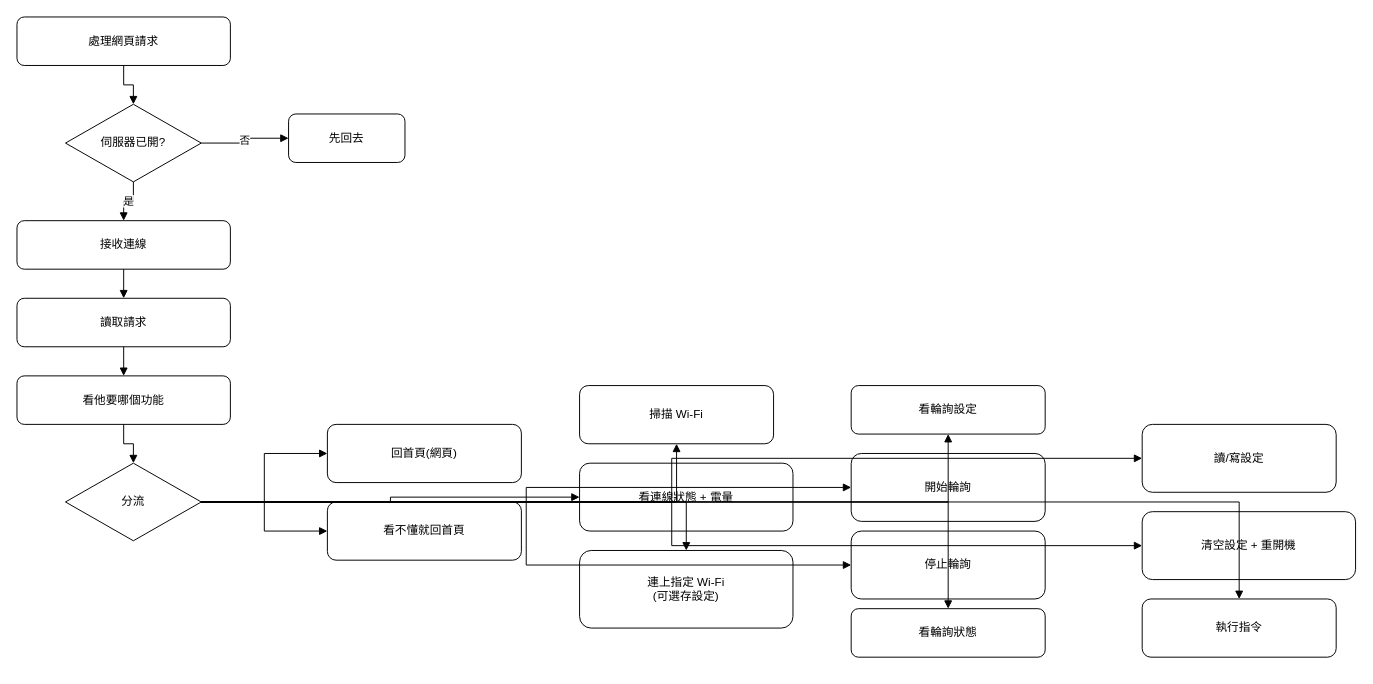
The draw.io diagram http_flow.drawio in Sherman-Chung/Pico_WiFitoRS, before the edit. Source tidied: cells renumbered, new cells numbered last; positions are measured from the earlier drawing's top-left corner, leaving out a move shared by most shapes. Both pictures are drawn from the tidied source at 97%, with x=0, y=0 at pixel (16, 16).
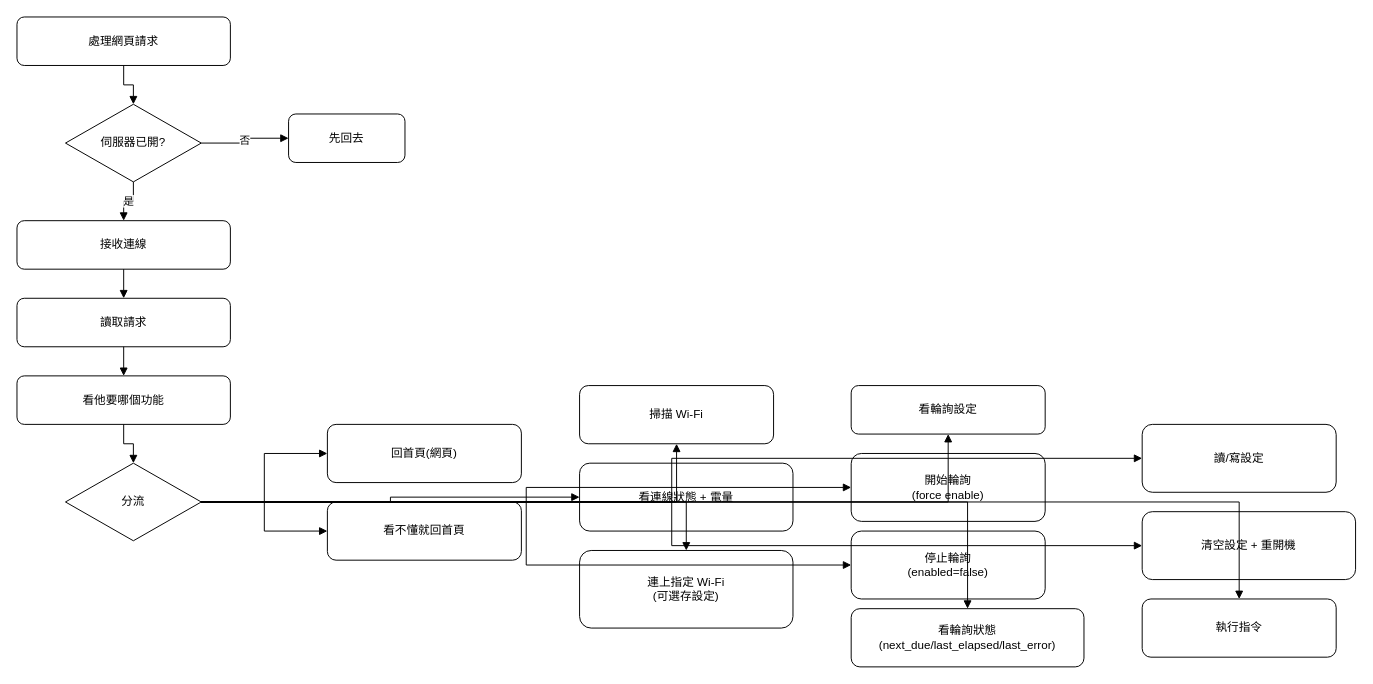
Above is the later version.

The edit, as a diff of the source:
```diff
@@
-    <mxCell id="15" value="開始輪詢" style="rounded=1;whiteSpace=wrap;html=1;" parent="1" vertex="1">
+    <mxCell id="15" value="開始輪詢&#10;(force enable)" style="rounded=1;whiteSpace=wrap;html=1;" parent="1" vertex="1">
       <mxGeometry x="860" y="450" width="200" height="70" as="geometry" />
     </mxCell>
-    <mxCell id="16" value="停止輪詢" style="rounded=1;whiteSpace=wrap;html=1;" parent="1" vertex="1">
+    <mxCell id="16" value="停止輪詢&#10;(enabled=false)" style="rounded=1;whiteSpace=wrap;html=1;" parent="1" vertex="1">
       <mxGeometry x="860" y="530" width="200" height="70" as="geometry" />
     </mxCell>
-    <mxCell id="17" value="看輪詢狀態" style="rounded=1;whiteSpace=wrap;html=1;" parent="1" vertex="1">
-      <mxGeometry x="860" y="610" width="200" height="50" as="geometry" />
+    <mxCell id="17" value="看輪詢狀態&#10;(next_due/last_elapsed/last_error)" style="rounded=1;whiteSpace=wrap;html=1;" parent="1" vertex="1">
+      <mxGeometry x="860" y="610" width="240" height="60" as="geometry" />
     </mxCell>
```
